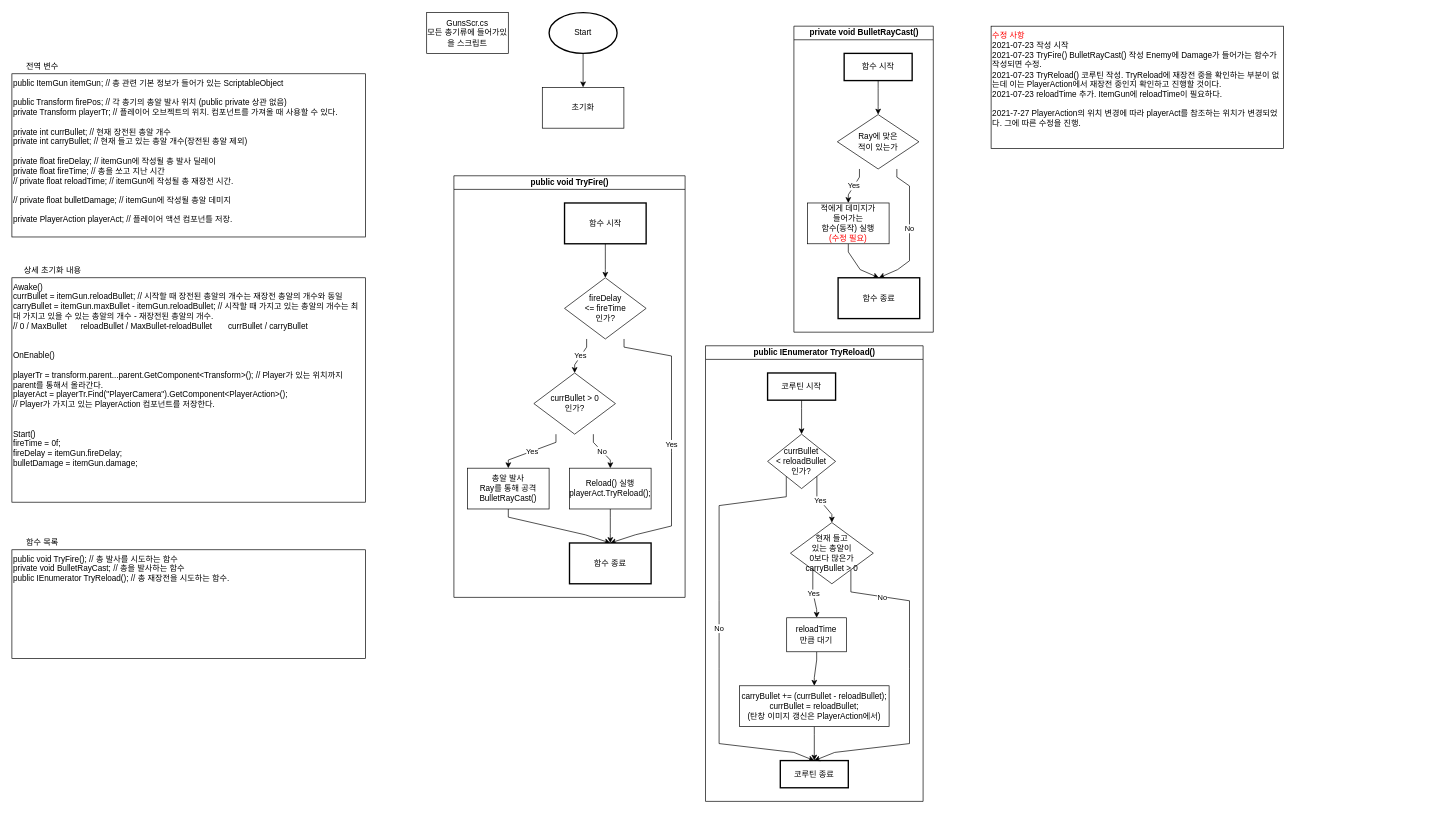
Earlier version of the draw.io diagram FlowChart/GunsScr.drawio (BckLily/YeilMainProjectBackUp). Source tidied: cells renumbered, new cells numbered last; positions are measured from the earlier drawing's top-left corner, leaving out a move shared by most shapes. Both pictures are drawn from the tidied source at 68%, with x=0, y=0 at pixel (12, 12).
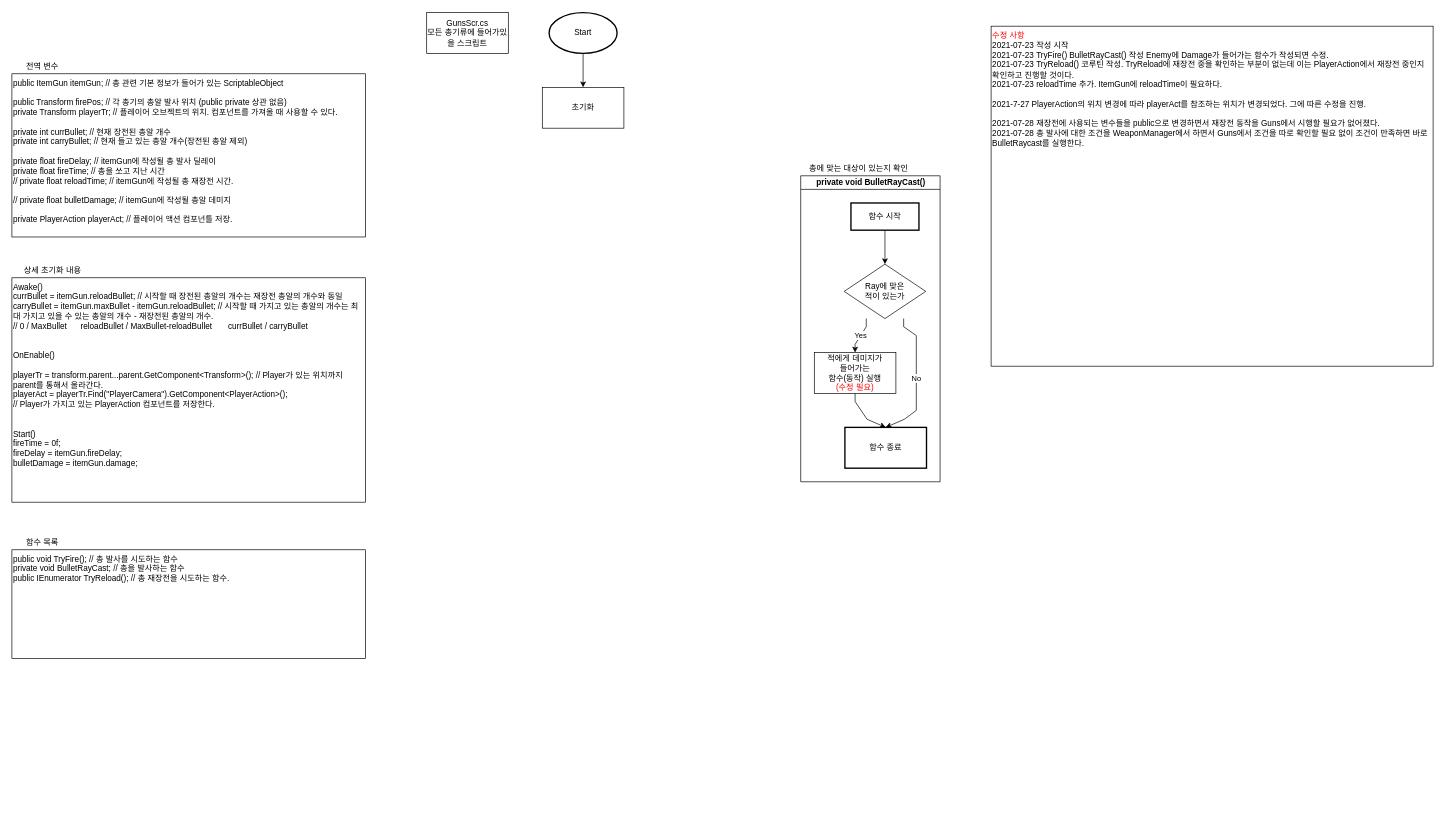
After the change.

The edit, as a diff of the source:
```diff
@@
-    <mxCell id="5" value="&lt;font color=&quot;#ff0000&quot;&gt;수정 사항&lt;/font&gt;&lt;br&gt;2021-07-23 작성 시작&lt;br&gt;2021-07-23 TryFire() BulletRayCast() 작성 Enemy에 Damage가 들어가는 함수가 작성되면 수정.&lt;br&gt;2021-07-23 TryReload() 코루틴 작성. TryReload에 재장전 중을 확인하는 부분이 없는데 이는 PlayerAction에서 재장전 중인지 확인하고 진행할 것이다.&lt;br&gt;2021-07-23 reloadTime 추가. ItemGun에 reloadTime이 필요하다.&lt;br&gt;&lt;br&gt;2021-7-27 PlayerAction의 위치 변경에 따라 playerAct를 참조하는 위치가 변경되었다. 그에 따른 수정을 진행." style="rounded=0;whiteSpace=wrap;html=1;align=left;verticalAlign=top;" parent="1" vertex="1">
-      <mxGeometry x="1440" y="20" width="430" height="180" as="geometry" />
+    <mxCell id="5" value="&lt;font color=&quot;#ff0000&quot;&gt;수정 사항&lt;/font&gt;&lt;br&gt;2021-07-23 작성 시작&lt;br&gt;2021-07-23 TryFire() BulletRayCast() 작성 Enemy에 Damage가 들어가는 함수가 작성되면 수정.&lt;br&gt;2021-07-23 TryReload() 코루틴 작성. TryReload에 재장전 중을 확인하는 부분이 없는데 이는 PlayerAction에서 재장전 중인지 확인하고 진행할 것이다.&lt;br&gt;2021-07-23 reloadTime 추가. ItemGun에 reloadTime이 필요하다.&lt;br&gt;&lt;br&gt;2021-7-27 PlayerAction의 위치 변경에 따라 playerAct를 참조하는 위치가 변경되었다. 그에 따른 수정을 진행.&lt;br&gt;&lt;br&gt;2021-07-28 재장전에 사용되는 변수들을 public으로 변경하면서 재장전 동작을 Guns에서 시행할 필요가 없어졌다.&lt;br&gt;2021-07-28 총 발사에 대한 조건을 WeaponManager에서 하면서 Guns에서 조건을 따로 확인할 필요 없이 조건이 만족하면 바로 BulletRaycast를 실행한다." style="rounded=0;whiteSpace=wrap;html=1;align=left;verticalAlign=top;" parent="1" vertex="1">
+      <mxGeometry x="1440" y="20" width="650" height="500" as="geometry" />
     </mxCell>
@@
-    <mxCell id="11" value="public void TryFire()" style="swimlane;html=1;startSize=20;horizontal=1;flowOrientation=north;interRankCellSpacing=50;containerType=tree;align=center;" parent="1" vertex="1">
-      <mxGeometry x="650" y="240" width="340" height="620" as="geometry" />
-    </mxCell>
-    <mxCell id="12" value="Yes" style="edgeStyle=orthogonalEdgeStyle;rounded=0;jettySize=auto;html=1;entryX=0.5;entryY=0;entryDx=0;entryDy=0;entryPerimeter=0;noEdgeStyle=1;orthogonal=1;" parent="11" edge="1" source="14" target="17">
-      <mxGeometry relative="1" as="geometry">
-        <Array as="points">
-          <mxPoint x="195.2" y="252" />
-          <mxPoint x="177.6" y="278" />
-        </Array>
-      </mxGeometry>
-    </mxCell>
-    <mxCell id="13" value="Yes" style="edgeStyle=orthogonalEdgeStyle;rounded=0;jettySize=auto;html=1;entryX=0.5;entryY=0;entryDx=0;entryDy=0;noEdgeStyle=1;orthogonal=1;" parent="11" edge="1" source="14" target="24">
-      <mxGeometry relative="1" as="geometry">
-        <Array as="points">
-          <mxPoint x="250.2" y="252" />
-          <mxPoint x="320" y="265" />
-          <mxPoint x="320" y="405" />
-          <mxPoint x="320" y="405" />
-          <mxPoint x="320" y="515" />
-          <mxPoint x="266.7" y="528" />
-        </Array>
-      </mxGeometry>
-    </mxCell>
-    <mxCell id="14" value="fireDelay&lt;br&gt;&amp;lt;= fireTime&lt;br&gt;인가?" style="html=1;shape=mxgraph.flowchart.decision;whiteSpace=wrap;align=center;" parent="11" vertex="1">
-      <mxGeometry x="162.7" y="150" width="120" height="90" as="geometry" />
-    </mxCell>
-    <mxCell id="15" value="Yes" style="edgeStyle=orthogonalEdgeStyle;rounded=0;jettySize=auto;html=1;entryX=0.5;entryY=0;entryDx=0;entryDy=0;noEdgeStyle=1;orthogonal=1;" parent="11" edge="1" source="17" target="21">
-      <mxGeometry relative="1" as="geometry">
-        <Array as="points">
-          <mxPoint x="150.1" y="392" />
-          <mxPoint x="80" y="418" />
-        </Array>
-      </mxGeometry>
-    </mxCell>
-    <mxCell id="16" value="No" style="edgeStyle=orthogonalEdgeStyle;rounded=0;jettySize=auto;html=1;entryX=0.5;entryY=0;entryDx=0;entryDy=0;noEdgeStyle=1;orthogonal=1;" parent="11" edge="1" source="17" target="19">
-      <mxGeometry relative="1" as="geometry">
-        <Array as="points">
-          <mxPoint x="205.1" y="392" />
-          <mxPoint x="230" y="418" />
-        </Array>
-      </mxGeometry>
-    </mxCell>
-    <mxCell id="17" value="currBullet &amp;gt; 0&lt;br&gt;인가?" style="html=1;shape=mxgraph.flowchart.decision;whiteSpace=wrap;align=center;" parent="11" vertex="1">
-      <mxGeometry x="117.6" y="290" width="120" height="90" as="geometry" />
-    </mxCell>
-    <mxCell id="18" style="edgeStyle=orthogonalEdgeStyle;rounded=0;jettySize=auto;html=1;entryX=0.5;entryY=0;entryDx=0;entryDy=0;noEdgeStyle=1;orthogonal=1;" parent="11" edge="1" source="19" target="24">
-      <mxGeometry relative="1" as="geometry">
-        <Array as="points">
-          <mxPoint x="230" y="502" />
-          <mxPoint x="230" y="526" />
-        </Array>
-      </mxGeometry>
-    </mxCell>
-    <mxCell id="19" value="Reload() 실행&lt;br&gt;playerAct.TryReload();" style="rounded=0;whiteSpace=wrap;html=1;align=center;" parent="11" vertex="1">
-      <mxGeometry x="170" y="430" width="120" height="60" as="geometry" />
-    </mxCell>
-    <mxCell id="20" style="edgeStyle=orthogonalEdgeStyle;rounded=0;jettySize=auto;html=1;entryX=0.5;entryY=0;entryDx=0;entryDy=0;noEdgeStyle=1;orthogonal=1;" parent="11" edge="1" source="21" target="24">
-      <mxGeometry relative="1" as="geometry">
-        <Array as="points">
-          <mxPoint x="80" y="502" />
-          <mxPoint x="193.3" y="528" />
-        </Array>
-      </mxGeometry>
-    </mxCell>
-    <mxCell id="21" value="총알 발사&lt;br&gt;Ray를 통해 공격&lt;br&gt;BulletRayCast()" style="rounded=0;whiteSpace=wrap;html=1;align=center;" parent="11" vertex="1">
-      <mxGeometry x="20" y="430" width="120" height="60" as="geometry" />
-    </mxCell>
-    <mxCell id="22" style="edgeStyle=orthogonalEdgeStyle;rounded=0;jettySize=auto;html=1;entryX=0.5;entryY=0;entryDx=0;entryDy=0;entryPerimeter=0;noEdgeStyle=1;orthogonal=1;" parent="11" edge="1" source="23" target="14">
-      <mxGeometry relative="1" as="geometry">
-        <Array as="points">
-          <mxPoint x="222.7" y="112" />
-          <mxPoint x="222.7" y="138" />
-        </Array>
-      </mxGeometry>
-    </mxCell>
-    <mxCell id="23" value="함수 시작" style="rounded=0;whiteSpace=wrap;html=1;align=center;strokeWidth=2;" parent="11" vertex="1">
-      <mxGeometry x="162.7" y="40" width="120" height="60" as="geometry" />
-    </mxCell>
-    <mxCell id="24" value="함수 종료" style="rounded=0;whiteSpace=wrap;html=1;align=center;strokeWidth=2;" parent="11" vertex="1">
-      <mxGeometry x="170" y="540" width="120" height="60" as="geometry" />
-    </mxCell>
     <mxCell id="25" value="private void BulletRayCast()" style="swimlane;html=1;startSize=20;horizontal=1;flowOrientation=north;interRankCellSpacing=50;containerType=tree;align=center;" parent="1" vertex="1">
-      <mxGeometry x="1150" y="20" width="205" height="450" as="geometry" />
+      <mxGeometry x="1160" y="240" width="205" height="450" as="geometry" />
     </mxCell>
@@
-    <mxCell id="36" value="&lt;span style=&quot;text-align: left&quot;&gt;&lt;b&gt;public IEnumerator TryReload()&lt;/b&gt;&lt;/span&gt;" style="swimlane;html=1;startSize=20;horizontal=1;flowOrientation=north;interRankCellSpacing=50;containerType=tree;align=center;fontStyle=0;" parent="1" vertex="1">
-      <mxGeometry x="1020" y="490" width="320" height="670" as="geometry" />
-    </mxCell>
-    <mxCell id="37" style="edgeStyle=orthogonalEdgeStyle;rounded=0;jettySize=auto;html=1;entryX=0.5;entryY=0;entryDx=0;entryDy=0;noEdgeStyle=1;orthogonal=1;" parent="36" edge="1" source="38" target="40">
-      <mxGeometry relative="1" as="geometry">
-        <Array as="points">
-          <mxPoint x="141.3" y="92" />
-          <mxPoint x="141.3" y="118" />
-        </Array>
-      </mxGeometry>
-    </mxCell>
-    <mxCell id="38" value="코루틴 시작" style="whiteSpace=wrap;html=1;strokeWidth=2;" parent="36" vertex="1">
-      <mxGeometry x="91.3" y="40" width="100" height="40" as="geometry" />
-    </mxCell>
-    <mxCell id="39" value="No" style="edgeStyle=orthogonalEdgeStyle;rounded=0;jettySize=auto;html=1;entryX=0.5;entryY=0;entryDx=0;entryDy=0;noEdgeStyle=1;orthogonal=1;" parent="36" edge="1" source="40" target="43">
-      <mxGeometry relative="1" as="geometry">
-        <Array as="points">
-          <mxPoint x="118.8" y="222" />
-          <mxPoint x="20" y="235" />
-          <mxPoint x="20" y="375" />
-          <mxPoint x="20" y="375" />
-          <mxPoint x="20" y="475" />
-          <mxPoint x="20" y="475" />
-          <mxPoint x="20" y="585" />
-          <mxPoint x="130" y="598" />
-        </Array>
-      </mxGeometry>
-    </mxCell>
-    <mxCell id="40" value="currBullet&lt;br&gt;&amp;lt; reloadBullet&lt;br&gt;인가?" style="rhombus;whiteSpace=wrap;html=1;align=center;" parent="36" vertex="1">
-      <mxGeometry x="91.3" y="130" width="100" height="80" as="geometry" />
-    </mxCell>
-    <mxCell id="41" style="edgeStyle=orthogonalEdgeStyle;rounded=0;jettySize=auto;html=1;entryX=0.5;entryY=0;entryDx=0;entryDy=0;noEdgeStyle=1;orthogonal=1;" parent="36" edge="1" source="42" target="43">
-      <mxGeometry relative="1" as="geometry">
-        <Array as="points">
-          <mxPoint x="160" y="572" />
-          <mxPoint x="160" y="596" />
-        </Array>
-      </mxGeometry>
-    </mxCell>
-    <mxCell id="42" value="carryBullet += (currBullet - reloadBullet);&lt;br&gt;currBullet = reloadBullet;&lt;br&gt;(탄창 이미지 갱신은 PlayerAction에서)" style="rounded=0;whiteSpace=wrap;html=1;align=center;" parent="36" vertex="1">
-      <mxGeometry x="50" y="500" width="220" height="60" as="geometry" />
-    </mxCell>
-    <mxCell id="43" value="코루틴 종료" style="whiteSpace=wrap;html=1;strokeWidth=2;" parent="36" vertex="1">
-      <mxGeometry x="110" y="610" width="100" height="40" as="geometry" />
-    </mxCell>
-    <mxCell id="44" style="edgeStyle=orthogonalEdgeStyle;rounded=0;jettySize=auto;html=1;entryX=0.5;entryY=0;entryDx=0;entryDy=0;noEdgeStyle=1;orthogonal=1;" parent="36" edge="1" source="45" target="42">
-      <mxGeometry relative="1" as="geometry">
-        <Array as="points">
-          <mxPoint x="163.5" y="462" />
-          <mxPoint x="160" y="488" />
-        </Array>
-      </mxGeometry>
-    </mxCell>
-    <mxCell id="45" value="reloadTime&lt;br&gt;만큼 대기" style="rounded=0;whiteSpace=wrap;html=1;align=center;" parent="36" vertex="1">
-      <mxGeometry x="119.4" y="400" width="88.1" height="50" as="geometry" />
-    </mxCell>
-    <mxCell id="46" value="Yes" style="edgeStyle=orthogonalEdgeStyle;rounded=0;jettySize=auto;html=1;entryX=0.5;entryY=0;entryDx=0;entryDy=0;noEdgeStyle=1;orthogonal=1;" parent="36" edge="1" source="40" target="49">
-      <mxGeometry relative="1" as="geometry">
-        <Array as="points">
-          <mxPoint x="163.8" y="222" />
-          <mxPoint x="185.8" y="248" />
-        </Array>
-      </mxGeometry>
-    </mxCell>
-    <mxCell id="47" value="Yes" style="edgeStyle=orthogonalEdgeStyle;rounded=0;jettySize=auto;html=1;entryX=0.5;entryY=0;entryDx=0;entryDy=0;noEdgeStyle=1;orthogonal=1;" parent="36" edge="1" source="49" target="45">
-      <mxGeometry relative="1" as="geometry">
-        <Array as="points">
-          <mxPoint x="157.8" y="362" />
-          <mxPoint x="163.5" y="388" />
-        </Array>
-      </mxGeometry>
-    </mxCell>
-    <mxCell id="48" value="No" style="edgeStyle=orthogonalEdgeStyle;rounded=0;jettySize=auto;html=1;entryX=0.5;entryY=0;entryDx=0;entryDy=0;noEdgeStyle=1;orthogonal=1;" parent="36" edge="1" source="49" target="43">
-      <mxGeometry x="-0.66" y="-1" relative="1" as="geometry">
-        <Array as="points">
-          <mxPoint x="213.8" y="362" />
-          <mxPoint x="300" y="375" />
-          <mxPoint x="300" y="475" />
-          <mxPoint x="300" y="475" />
-          <mxPoint x="300" y="585" />
-          <mxPoint x="190" y="598" />
-        </Array>
-      </mxGeometry>
-    </mxCell>
-    <mxCell id="49" value="현재 들고&lt;br&gt;있는 총알이&lt;br&gt;0보다 많은가&lt;br&gt;carryBullet &amp;gt; 0" style="rounded=0;whiteSpace=wrap;html=1;align=center;rhombus;" parent="36" vertex="1">
-      <mxGeometry x="124.9" y="260" width="121.9" height="90" as="geometry" />
-    </mxCell>
+    <mxCell id="50" value="총에 맞는 대상이 있는지 확인" style="text;html=1;align=center;verticalAlign=middle;" parent="1" vertex="1">
+      <mxGeometry x="1160" y="220" width="170" height="20" as="geometry" />
+    </mxCell>
```
